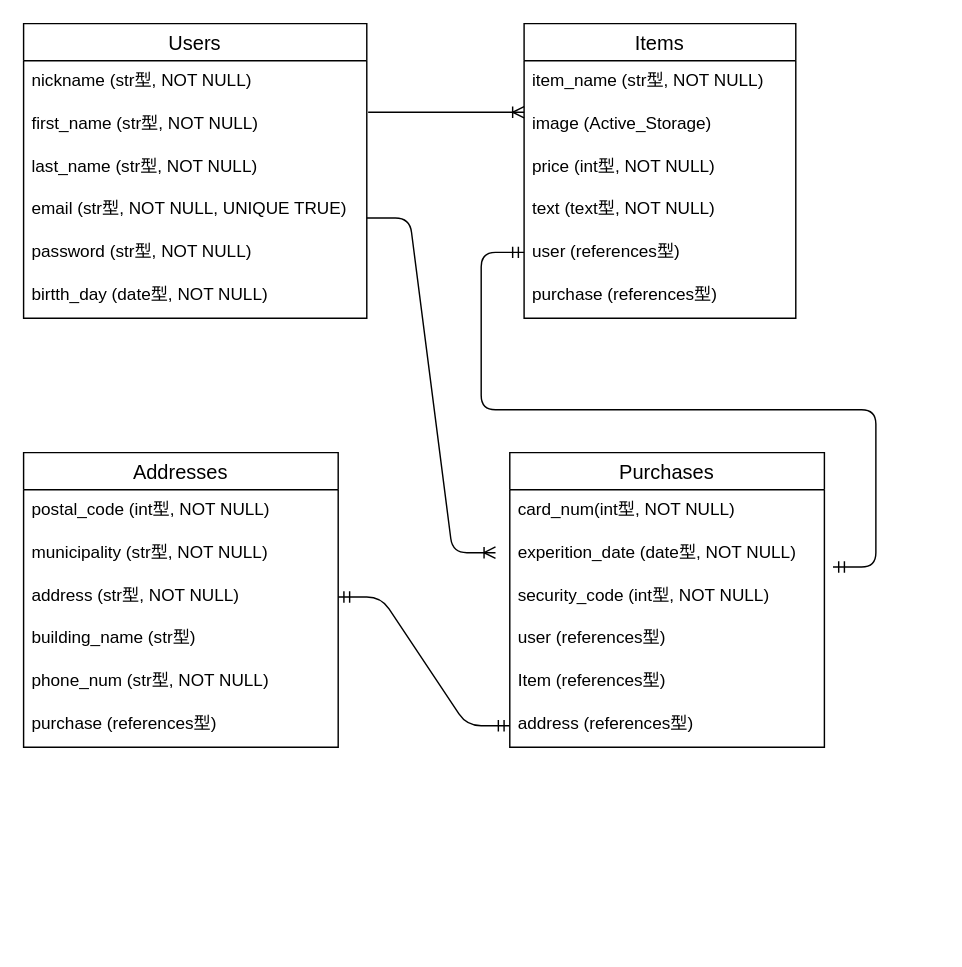
Before: ER.dio in TECH99SUZUMURa/furima-35552, a draw.io diagram. Source tidied: cells renumbered, new cells numbered last; positions are measured from the earlier drawing's top-left corner, leaving out a move shared by most shapes. Both pictures are drawn from the tidied source at 143%, with x=0, y=0 at pixel (23, 23).
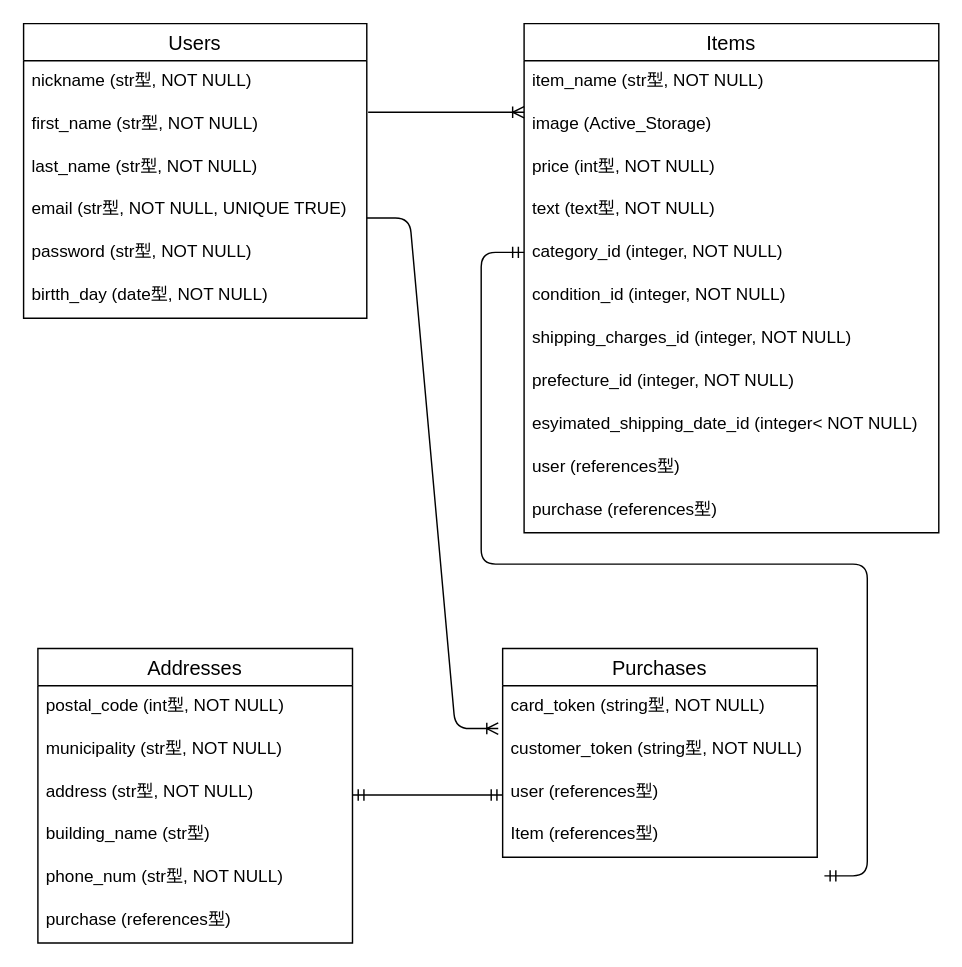
The same diagram, later.

The edit, as a diff of the source:
```diff
@@
     <mxCell id="9" value="Items" style="swimlane;fontStyle=0;horizontal=1;startSize=26;align=center;fontSize=14;" parent="1" vertex="1">
-      <mxGeometry x="350" width="190" height="206" as="geometry" />
+      <mxGeometry x="350" width="290" height="356" as="geometry" />
     </mxCell>
     <mxCell id="10" value="item_name (str型, NOT NULL)" style="text;strokeColor=none;fillColor=none;spacingLeft=4;spacingRight=4;overflow=hidden;fontSize=12;" parent="9" vertex="1">
-      <mxGeometry y="26" width="190" height="30" as="geometry" />
+      <mxGeometry y="26" width="290" height="30" as="geometry" />
     </mxCell>
     <mxCell id="11" value="image (Active_Storage)" style="text;strokeColor=none;fillColor=none;spacingLeft=4;spacingRight=4;overflow=hidden;fontSize=12;" parent="9" vertex="1">
-      <mxGeometry y="56" width="190" height="30" as="geometry" />
+      <mxGeometry y="56" width="290" height="30" as="geometry" />
     </mxCell>
     <mxCell id="12" value="price (int型, NOT NULL)" style="text;strokeColor=none;fillColor=none;spacingLeft=4;spacingRight=4;overflow=hidden;fontSize=12;" parent="9" vertex="1">
-      <mxGeometry y="86" width="190" height="30" as="geometry" />
+      <mxGeometry y="86" width="290" height="30" as="geometry" />
     </mxCell>
     <mxCell id="13" value="text (text型, NOT NULL)" style="text;strokeColor=none;fillColor=none;spacingLeft=4;spacingRight=4;overflow=hidden;fontSize=12;" parent="9" vertex="1">
-      <mxGeometry y="116" width="190" height="30" as="geometry" />
+      <mxGeometry y="116" width="290" height="30" as="geometry" />
     </mxCell>
+    <mxCell id="34" value="category_id (integer, NOT NULL)" style="text;strokeColor=none;fillColor=none;spacingLeft=4;spacingRight=4;overflow=hidden;fontSize=12;" parent="9" vertex="1">
+      <mxGeometry y="146" width="290" height="30" as="geometry" />
+    </mxCell>
+    <mxCell id="35" value="condition_id (integer, NOT NULL)" style="text;strokeColor=none;fillColor=none;spacingLeft=4;spacingRight=4;overflow=hidden;fontSize=12;" parent="9" vertex="1">
+      <mxGeometry y="176" width="290" height="30" as="geometry" />
+    </mxCell>
+    <mxCell id="36" value="shipping_charges_id (integer, NOT NULL)" style="text;strokeColor=none;fillColor=none;spacingLeft=4;spacingRight=4;overflow=hidden;fontSize=12;" parent="9" vertex="1">
+      <mxGeometry y="206" width="290" height="30" as="geometry" />
+    </mxCell>
+    <mxCell id="37" value="prefecture_id (integer, NOT NULL)" style="text;strokeColor=none;fillColor=none;spacingLeft=4;spacingRight=4;overflow=hidden;fontSize=12;" parent="9" vertex="1">
+      <mxGeometry y="236" width="290" height="30" as="geometry" />
+    </mxCell>
+    <mxCell id="38" value="esyimated_shipping_date_id (integer&lt; NOT NULL)" style="text;strokeColor=none;fillColor=none;spacingLeft=4;spacingRight=4;overflow=hidden;fontSize=12;" parent="9" vertex="1">
+      <mxGeometry y="266" width="290" height="30" as="geometry" />
+    </mxCell>
     <mxCell id="14" value="user (references型)" style="text;strokeColor=none;fillColor=none;spacingLeft=4;spacingRight=4;overflow=hidden;fontSize=12;" parent="9" vertex="1">
-      <mxGeometry y="146" width="190" height="30" as="geometry" />
+      <mxGeometry y="296" width="290" height="30" as="geometry" />
     </mxCell>
     <mxCell id="15" value="purchase (references型)" style="text;strokeColor=none;fillColor=none;spacingLeft=4;spacingRight=4;overflow=hidden;fontSize=12;" parent="9" vertex="1">
-      <mxGeometry y="176" width="190" height="30" as="geometry" />
+      <mxGeometry y="326" width="290" height="30" as="geometry" />
     </mxCell>
     <mxCell id="16" value="Addresses" style="swimlane;fontStyle=0;horizontal=1;startSize=26;align=center;fontSize=14;" parent="1" vertex="1">
-      <mxGeometry y="300" width="220" height="206" as="geometry" />
+      <mxGeometry x="10" y="437" width="220" height="206" as="geometry" />
     </mxCell>
@@
     <mxCell id="24" style="edgeStyle=entityRelationEdgeStyle;fontSize=12;html=1;endArrow=ERmandOne;startArrow=ERmandOne;" parent="1" edge="1">
       <mxGeometry relative="1" as="geometry">
-        <mxPoint x="566" y="380" as="sourcePoint" />
+        <mxPoint x="560" y="596" as="sourcePoint" />
         <mxPoint x="350" y="160" as="targetPoint" />
       </mxGeometry>
     </mxCell>
     <mxCell id="25" value="Purchases" style="swimlane;fontStyle=0;horizontal=1;startSize=26;align=center;fontSize=14;" parent="1" vertex="1">
-      <mxGeometry x="340" y="300" width="220" height="206" as="geometry" />
+      <mxGeometry x="335" y="437" width="220" height="146" as="geometry" />
     </mxCell>
-    <mxCell id="26" value="card_num(int型, NOT NULL)" style="text;strokeColor=none;fillColor=none;spacingLeft=4;spacingRight=4;overflow=hidden;fontSize=12;" parent="25" vertex="1">
-      <mxGeometry y="26" width="220" height="30" as="geometry" />
-    </mxCell>
-    <mxCell id="27" value="experition_date (date型, NOT NULL)" style="text;strokeColor=none;fillColor=none;spacingLeft=4;spacingRight=4;overflow=hidden;fontSize=12;" parent="25" vertex="1">
-      <mxGeometry y="56" width="220" height="30" as="geometry" />
-    </mxCell>
-    <mxCell id="28" value="security_code (int型, NOT NULL)" style="text;strokeColor=none;fillColor=none;spacingLeft=4;spacingRight=4;overflow=hidden;fontSize=12;" parent="25" vertex="1">
-      <mxGeometry y="86" width="220" height="30" as="geometry" />
-    </mxCell>
-    <mxCell id="29" value="user (references型)" style="text;strokeColor=none;fillColor=none;spacingLeft=4;spacingRight=4;overflow=hidden;points=[[0,0.5],[1,0.5]];portConstraint=eastwest;fontSize=12;" parent="25" vertex="1">
-      <mxGeometry y="116" width="220" height="30" as="geometry" />
+    <mxCell id="29" value="card_token (string型, NOT NULL)" style="text;strokeColor=none;fillColor=none;spacingLeft=4;spacingRight=4;overflow=hidden;points=[[0,0.5],[1,0.5]];portConstraint=eastwest;fontSize=12;" parent="25" vertex="1">
+      <mxGeometry y="26" width="220" height="30" as="geometry" />
     </mxCell>
+    <mxCell id="39" value="customer_token (string型, NOT NULL)" style="text;strokeColor=none;fillColor=none;spacingLeft=4;spacingRight=4;overflow=hidden;fontSize=12;" parent="25" vertex="1">
+      <mxGeometry y="56" width="220" height="30" as="geometry" />
+    </mxCell>
+    <mxCell id="40" value="user (references型)" style="text;strokeColor=none;fillColor=none;spacingLeft=4;spacingRight=4;overflow=hidden;fontSize=12;" parent="25" vertex="1">
+      <mxGeometry y="86" width="220" height="30" as="geometry" />
+    </mxCell>
     <mxCell id="30" value="Item (references型)" style="text;strokeColor=none;fillColor=none;spacingLeft=4;spacingRight=4;overflow=hidden;fontSize=12;" parent="25" vertex="1">
-      <mxGeometry y="146" width="220" height="30" as="geometry" />
+      <mxGeometry y="116" width="220" height="30" as="geometry" />
     </mxCell>
-    <mxCell id="31" value="address (references型)" style="text;strokeColor=none;fillColor=none;spacingLeft=4;spacingRight=4;overflow=hidden;points=[[0,0.5],[1,0.5]];portConstraint=eastwest;fontSize=12;" parent="25" vertex="1">
-      <mxGeometry y="176" width="220" height="30" as="geometry" />
-    </mxCell>
-    <mxCell id="32" style="edgeStyle=entityRelationEdgeStyle;fontSize=12;html=1;endArrow=ERoneToMany;" parent="1" edge="1">
+    <mxCell id="32" style="edgeStyle=entityRelationEdgeStyle;fontSize=12;html=1;endArrow=ERoneToMany;entryX=-0.014;entryY=1;entryDx=0;entryDy=0;entryPerimeter=0;" parent="1" edge="1" target="29">
       <mxGeometry relative="1" as="geometry">
         <mxPoint x="240" y="136" as="sourcePoint" />
-        <mxPoint x="330" y="370" as="targetPoint" />
       </mxGeometry>
     </mxCell>
-    <mxCell id="33" style="edgeStyle=entityRelationEdgeStyle;fontSize=12;html=1;endArrow=ERmandOne;startArrow=ERmandOne;" parent="1" edge="1" target="31">
+    <mxCell id="33" style="edgeStyle=entityRelationEdgeStyle;fontSize=12;html=1;endArrow=ERmandOne;startArrow=ERmandOne;" parent="1" edge="1">
       <mxGeometry relative="1" as="geometry">
-        <mxPoint x="220" y="401" as="sourcePoint" />
+        <mxPoint x="230" y="539.5" as="sourcePoint" />
+        <mxPoint x="335" y="539.5" as="targetPoint" />
       </mxGeometry>
     </mxCell>
```
